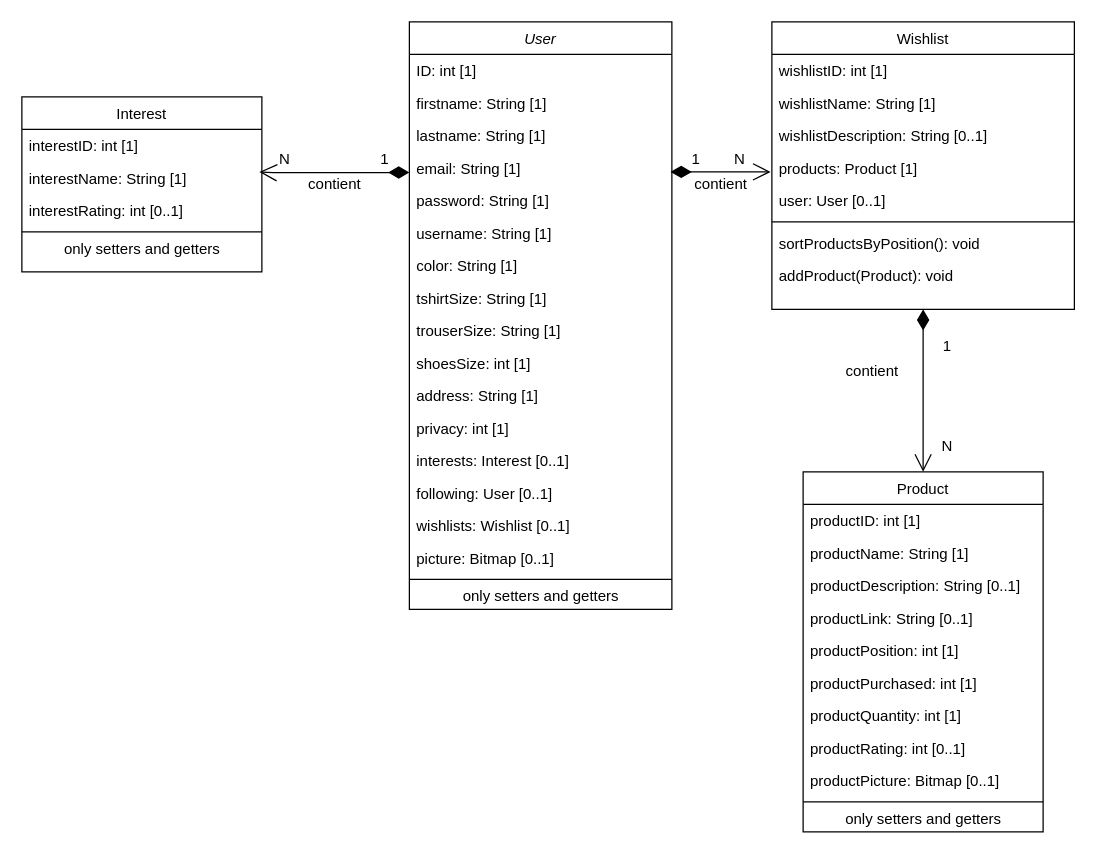
NNepper/LSINF1225-2020-GroupeL1.1-WishList keeps this draw.io diagram as Diagrammes/ClassDiagram.drawio. Above is the earlier version. Source tidied: cells renumbered, new cells numbered last; positions are measured from the earlier drawing's top-left corner, leaving out a move shared by most shapes. Both pictures are drawn from the tidied source at 125%, with x=0, y=0 at pixel (21, 21).
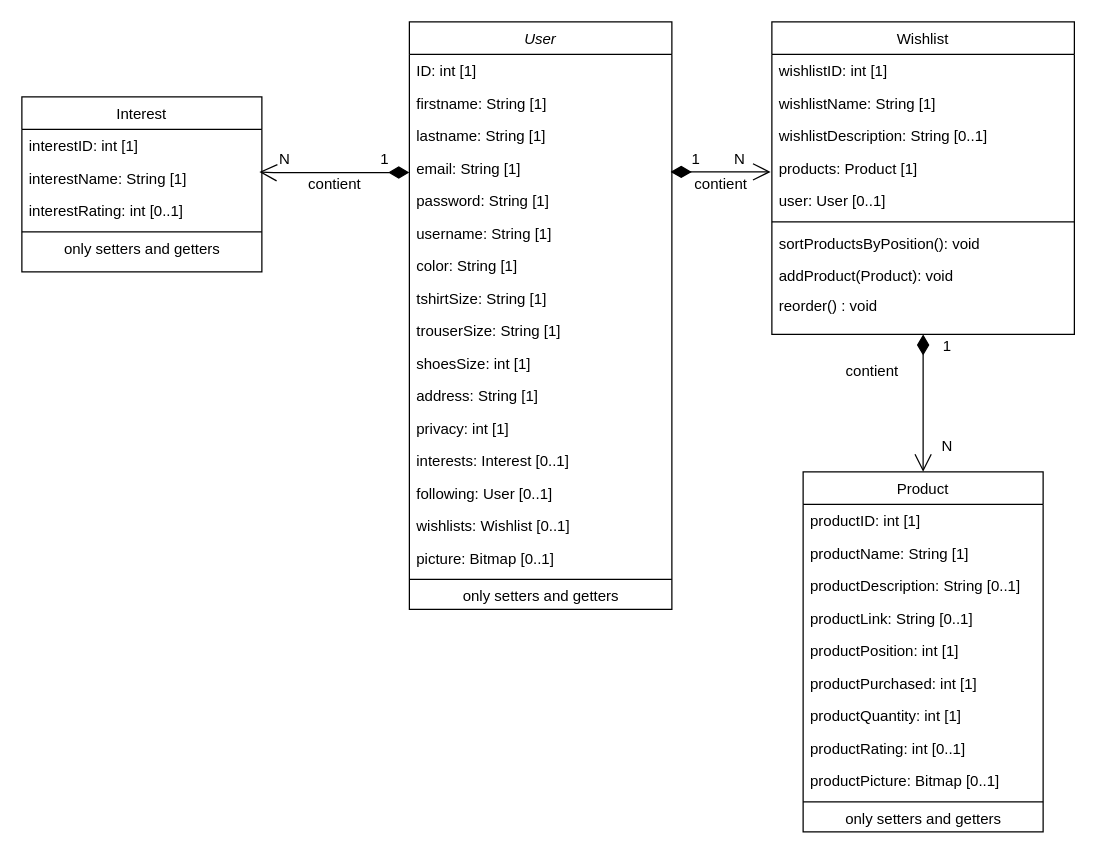
Above is the later version.

Commit message (it also covers changes not shown here):
update classDiagram added reorder method

Change to the diagram source:
```diff
@@
     <mxCell id="21" value="Wishlist" style="swimlane;fontStyle=0;align=center;verticalAlign=top;horizontal=1;startSize=26;rounded=0;shadow=0;strokeWidth=1;" parent="1" vertex="1">
-      <mxGeometry x="600" width="242" height="230" as="geometry" />
+      <mxGeometry x="600" width="242" height="250" as="geometry" />
     </mxCell>
@@
+    <mxCell id="60" value="reorder() : void" style="text;align=left;verticalAlign=top;spacingLeft=4;spacingRight=4;overflow=hidden;" parent="1" vertex="1">
+      <mxGeometry x="600" y="214" width="242" height="26" as="geometry" />
+    </mxCell>
```
